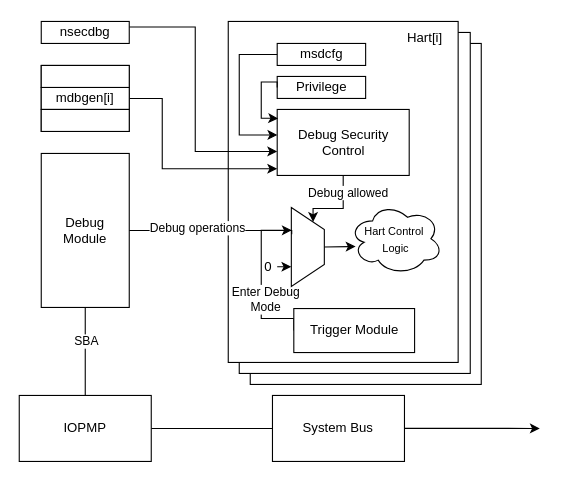
Before: page "Page-3" (3 of 4) of images/external_debug_protection.drawio in riscv-non-isa/riscv-external-debug-security, a draw.io diagram. Source tidied: cells renumbered, new cells numbered last; positions are measured from the earlier drawing's top-left corner, leaving out a move shared by most shapes. Both pictures are drawn from the tidied source at 110%, with x=0, y=0 at pixel (19, 21).
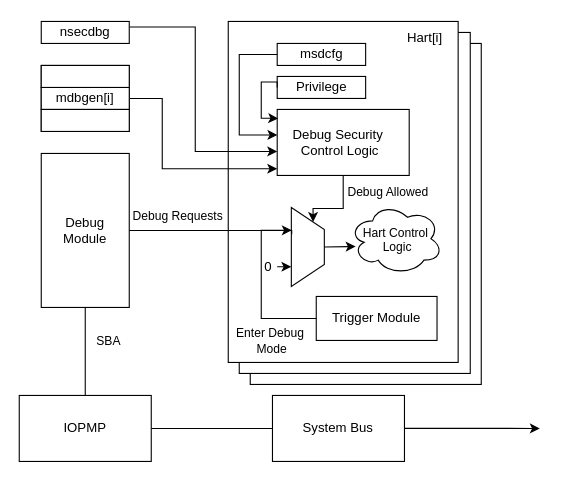
The same diagram, later.

Unchanged cells that the change refers to:
```xml
<mxCell id="5" style="edgeStyle=orthogonalEdgeStyle;rounded=0;jettySize=auto;html=1;exitX=0.5;exitY=1;exitDx=0;exitDy=0;entryX=0.5;entryY=0;entryDx=0;entryDy=0;endArrow=none;endFill=0;" parent="1" edge="1" source="7" target="9">
  <mxGeometry relative="1" as="geometry" />
</mxCell>
<mxCell id="20" style="edgeStyle=orthogonalEdgeStyle;rounded=0;jettySize=auto;html=1;exitX=0;exitY=0.5;exitDx=0;exitDy=0;entryX=0.289;entryY=0.988;entryDx=0;entryDy=0;entryPerimeter=0;" parent="1" edge="1" source="22" target="24">
  <mxGeometry relative="1" as="geometry">
    <Array as="points">
      <mxPoint x="250" y="270" />
      <mxPoint x="220" y="270" />
      <mxPoint x="220" y="190" />
      <mxPoint x="248" y="190" />
    </Array>
  </mxGeometry>
</mxCell>
<mxCell id="25" style="edgeStyle=orthogonalEdgeStyle;rounded=0;jettySize=auto;html=1;entryX=0.338;entryY=0.988;entryDx=0;entryDy=0;endArrow=none;endFill=0;entryPerimeter=0;exitX=1;exitY=0.5;exitDx=0;exitDy=0;" parent="1" edge="1" source="7" target="24">
  <mxGeometry relative="1" as="geometry">
    <Array as="points">
      <mxPoint x="248" y="190" />
    </Array>
  </mxGeometry>
</mxCell>
<mxCell id="27" style="edgeStyle=orthogonalEdgeStyle;rounded=0;jettySize=auto;html=1;exitX=0.5;exitY=1;exitDx=0;exitDy=0;entryX=0;entryY=0.25;entryDx=0;entryDy=0;" parent="1" edge="1" source="29" target="24">
  <mxGeometry relative="1" as="geometry">
    <Array as="points">
      <mxPoint x="295" y="170" />
      <mxPoint x="267" y="170" />
    </Array>
  </mxGeometry>
</mxCell>
```

What changed in the source:
```diff
@@
-    <mxCell id="6" value="SBA" style="edgeLabel;html=1;align=center;verticalAlign=middle;" parent="5" vertex="1">
-      <mxGeometry x="-0.38" y="1" relative="1" as="geometry">
-        <mxPoint x="-1" y="5" as="offset" />
-      </mxGeometry>
-    </mxCell>
@@
-    <mxCell id="21" value="Enter Debug&lt;div&gt;Mode&lt;/div&gt;" style="edgeLabel;html=1;align=center;verticalAlign=middle;" parent="20" vertex="1">
-      <mxGeometry x="-0.16" y="1" relative="1" as="geometry">
-        <mxPoint x="4" y="4" as="offset" />
-      </mxGeometry>
-    </mxCell>
     <mxCell id="22" value="Trigger Module" style="rounded=0;whiteSpace=wrap;html=1;" parent="1" vertex="1">
-      <mxGeometry x="249.6" y="261" width="109.8" height="40" as="geometry" />
+      <mxGeometry x="270" y="250" width="109.8" height="40" as="geometry" />
     </mxCell>
@@
-    <mxCell id="26" value="Debug operations" style="edgeLabel;html=1;align=center;verticalAlign=middle;" parent="25" vertex="1">
+    <mxCell id="26" value="Debug Requests" style="edgeLabel;html=1;align=center;verticalAlign=middle;" parent="25" vertex="1">
       <mxGeometry x="-0.51" y="2" relative="1" as="geometry">
-        <mxPoint x="24" y="-1" as="offset" />
+        <mxPoint x="6" y="-12" as="offset" />
       </mxGeometry>
     </mxCell>
@@
-    <mxCell id="28" value="Debug allowed" style="edgeLabel;html=1;align=center;verticalAlign=middle;" parent="27" vertex="1">
-      <mxGeometry x="-0.04" y="-2" relative="1" as="geometry">
-        <mxPoint x="7" y="-13" as="offset" />
-      </mxGeometry>
-    </mxCell>
-    <mxCell id="29" value="Debug Security Control" style="rounded=0;whiteSpace=wrap;html=1;" parent="1" vertex="1">
+    <mxCell id="29" style="rounded=0;whiteSpace=wrap;html=1;" parent="1" vertex="1">
       <mxGeometry x="234.5" y="80" width="120" height="60" as="geometry" />
     </mxCell>
@@
-    <mxCell id="31" value="&lt;font style=&quot;font-size: 10px;&quot;&gt;Hart Control&amp;nbsp;&lt;/font&gt;&lt;div&gt;&lt;font style=&quot;font-size: 10px;&quot;&gt;Logic&lt;/font&gt;&lt;/div&gt;" style="ellipse;shape=cloud;whiteSpace=wrap;html=1;" parent="1" vertex="1">
+    <mxCell id="31" style="ellipse;shape=cloud;whiteSpace=wrap;html=1;" parent="1" vertex="1">
       <mxGeometry x="300" y="165" width="84.9" height="65" as="geometry" />
     </mxCell>
@@
+    <mxCell id="38" value="Debug Security&lt;div&gt;&amp;nbsp;Control Logic&lt;/div&gt;" style="text;html=1;align=center;verticalAlign=middle;whiteSpace=wrap;rounded=0;" parent="1" vertex="1">
+      <mxGeometry x="234.5" y="95" width="110" height="30" as="geometry" />
+    </mxCell>
+    <mxCell id="39" value="&lt;font style=&quot;font-size: 11px;&quot;&gt;Hart Control&amp;nbsp;&lt;/font&gt;&lt;div style=&quot;font-size: 11px;&quot;&gt;&lt;font style=&quot;font-size: 11px;&quot;&gt;Logic&lt;/font&gt;&lt;/div&gt;" style="text;html=1;align=center;verticalAlign=middle;whiteSpace=wrap;rounded=0;" parent="1" vertex="1">
+      <mxGeometry x="289" y="182.5" width="110" height="30" as="geometry" />
+    </mxCell>
+    <mxCell id="21" value="&lt;span style=&quot;font-size: 11px;&quot;&gt;Enter Debug&amp;nbsp;&lt;/span&gt;&lt;div&gt;&lt;span style=&quot;font-size: 11px;&quot;&gt;Mode&lt;/span&gt;&lt;/div&gt;" style="text;html=1;align=center;verticalAlign=middle;whiteSpace=wrap;rounded=0;" parent="1" vertex="1">
+      <mxGeometry x="174.5" y="275" width="110" height="30" as="geometry" />
+    </mxCell>
+    <mxCell id="40" value="Debug Allowed" style="edgeLabel;html=1;align=center;verticalAlign=middle;" parent="1" vertex="1">
+      <mxGeometry x="342.5" y="153" as="geometry">
+        <mxPoint x="-8" y="1" as="offset" />
+      </mxGeometry>
+    </mxCell>
+    <mxCell id="6" value="SBA" style="edgeLabel;html=1;align=center;verticalAlign=middle;" parent="1" vertex="1">
+      <mxGeometry x="80" y="290" as="geometry" />
+    </mxCell>
```
